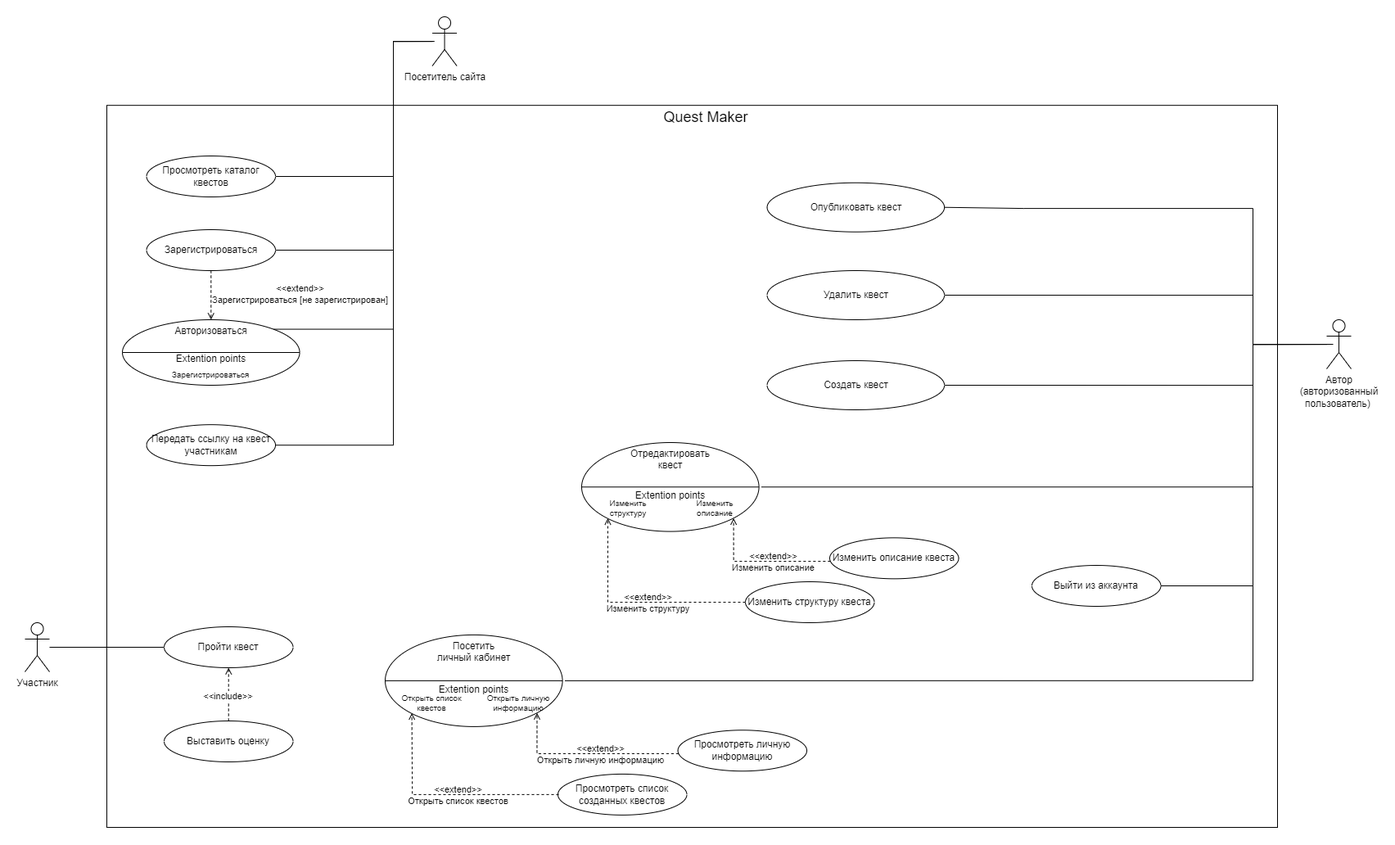
Quest-maker-team/Docs keeps this draw.io diagram as use-cases.png. Above is the earlier version. Source tidied: cells renumbered, new cells last; positions are measured from the earlier drawing's top-left corner, leaving out a move shared by most shapes.
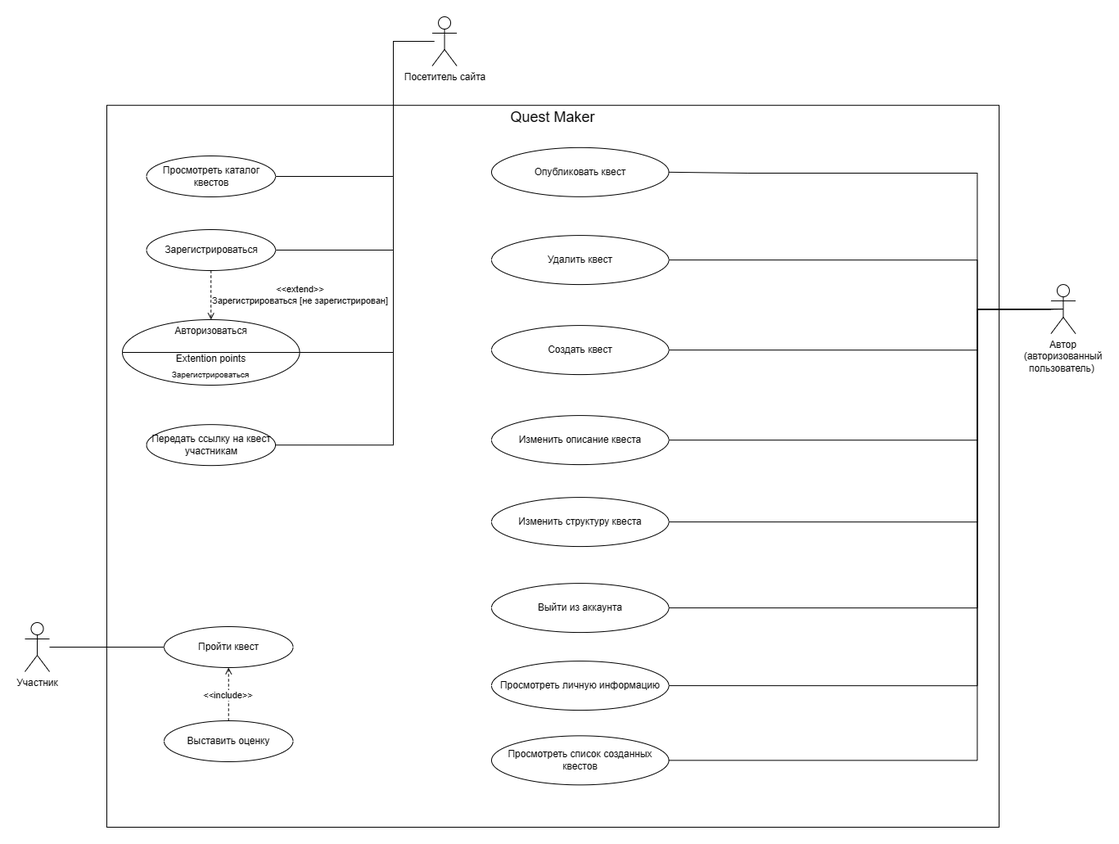
The same diagram one commit later.

The edit, as a diff of the source:
```diff
@@ -3,7 +3,7 @@
     <mxCell id="0" />
     <mxCell id="1" parent="0" />
     <mxCell id="2" style="rounded=0;whiteSpace=wrap;html=1;fontFamily=Helvetica;fontSize=11;fontColor=default;" parent="1" vertex="1">
-      <mxGeometry x="100" y="108.2" width="1430" height="881.8" as="geometry" />
+      <mxGeometry x="100" y="108.2" width="1090" height="881.8" as="geometry" />
     </mxCell>
     <mxCell id="3" style="edgeStyle=orthogonalEdgeStyle;rounded=0;jettySize=auto;html=1;entryX=0;entryY=0.5;entryDx=0;entryDy=0;endArrow=none;endFill=0;" parent="1" edge="1" source="4" target="55">
       <mxGeometry relative="1" as="geometry" />
@@ -14,52 +14,51 @@
     <mxCell id="5" style="edgeStyle=orthogonalEdgeStyle;shape=connector;rounded=0;jettySize=auto;html=1;labelBackgroundColor=default;strokeColor=default;align=center;verticalAlign=middle;fontFamily=Helvetica;fontSize=11;fontColor=default;endArrow=none;endFill=0;entryX=1;entryY=0.5;entryDx=0;entryDy=0;" parent="1" edge="1" source="10" target="62">
       <mxGeometry relative="1" as="geometry">
         <Array as="points">
-          <mxPoint x="1500" y="400" />
-          <mxPoint x="1500" y="450" />
+          <mxPoint x="1163.4" y="357.1" />
+          <mxPoint x="1163.4" y="407.1" />
         </Array>
       </mxGeometry>
     </mxCell>
     <mxCell id="6" style="edgeStyle=orthogonalEdgeStyle;shape=connector;rounded=0;orthogonalLoop=1;jettySize=auto;html=1;labelBackgroundColor=default;strokeColor=default;align=center;verticalAlign=middle;fontFamily=Helvetica;fontSize=11;fontColor=default;endArrow=none;endFill=0;entryX=1;entryY=0.5;entryDx=0;entryDy=0;" parent="1" edge="1">
       <mxGeometry relative="1" as="geometry">
-        <mxPoint x="1590" y="400" as="sourcePoint" />
-        <mxPoint x="1123.1" y="340" as="targetPoint" />
+        <mxPoint x="1253.4" y="357.1" as="sourcePoint" />
+        <mxPoint x="786.6" y="297.1" as="targetPoint" />
         <Array as="points">
-          <mxPoint x="1500" y="400" />
-          <mxPoint x="1500" y="340" />
+          <mxPoint x="1163.4" y="357.1" />
+          <mxPoint x="1163.4" y="297.1" />
         </Array>
       </mxGeometry>
     </mxCell>
-    <mxCell id="7" style="edgeStyle=orthogonalEdgeStyle;shape=connector;rounded=0;orthogonalLoop=1;jettySize=auto;html=1;entryX=1;entryY=0.5;entryDx=0;entryDy=0;labelBackgroundColor=default;strokeColor=default;align=center;verticalAlign=middle;fontFamily=Helvetica;fontSize=11;fontColor=default;endArrow=none;endFill=0;" parent="1" edge="1">
+    <mxCell id="7" style="edgeStyle=orthogonalEdgeStyle;shape=connector;rounded=0;jettySize=auto;html=1;entryX=1;entryY=0.5;entryDx=0;entryDy=0;labelBackgroundColor=default;strokeColor=default;align=center;verticalAlign=middle;fontFamily=Helvetica;fontSize=11;fontColor=default;endArrow=none;endFill=0;" parent="1" edge="1" target="31">
       <mxGeometry relative="1" as="geometry">
-        <mxPoint x="1593" y="400" as="sourcePoint" />
-        <mxPoint x="899.6" y="574.3" as="targetPoint" />
+        <mxPoint x="1256.4" y="357.1" as="sourcePoint" />
         <Array as="points">
-          <mxPoint x="1500" y="400" />
-          <mxPoint x="1500" y="574" />
+          <mxPoint x="1163.4" y="357.1" />
+          <mxPoint x="1163.4" y="517.1" />
         </Array>
       </mxGeometry>
     </mxCell>
     <mxCell id="8" style="edgeStyle=orthogonalEdgeStyle;rounded=0;jettySize=auto;html=1;entryX=1;entryY=0.5;entryDx=0;entryDy=0;endArrow=none;endFill=0;" parent="1" edge="1" target="51">
       <mxGeometry relative="1" as="geometry">
-        <mxPoint x="1598" y="400" as="sourcePoint" />
+        <mxPoint x="1261.4" y="357.1" as="sourcePoint" />
         <Array as="points">
-          <mxPoint x="1500" y="400" />
-          <mxPoint x="1500" y="234" />
-          <mxPoint x="1220" y="234" />
-          <mxPoint x="1123" y="233" />
+          <mxPoint x="1163.4" y="357.1" />
+          <mxPoint x="1163.4" y="191.1" />
+          <mxPoint x="883.4" y="191.1" />
+          <mxPoint x="786.4" y="190.1" />
         </Array>
       </mxGeometry>
     </mxCell>
-    <mxCell id="9" style="edgeStyle=orthogonalEdgeStyle;rounded=0;jettySize=auto;html=1;entryX=1;entryY=0.5;entryDx=0;entryDy=0;fontSize=12;startSize=8;endSize=8;endArrow=none;endFill=0;" parent="1" edge="1" source="10" target="60">
+    <mxCell id="9" style="edgeStyle=orthogonalEdgeStyle;rounded=0;jettySize=auto;html=1;entryX=1;entryY=0.5;entryDx=0;entryDy=0;fontSize=12;startSize=8;endSize=8;endArrow=none;endFill=0;" parent="1" edge="1" source="10" target="34">
       <mxGeometry relative="1" as="geometry">
         <Array as="points">
-          <mxPoint x="1500" y="400" />
-          <mxPoint x="1500" y="695" />
+          <mxPoint x="1163.4" y="357.1" />
+          <mxPoint x="1163.4" y="617.1" />
         </Array>
       </mxGeometry>
     </mxCell>
     <mxCell id="10" value="Автор&lt;br&gt;(авторизованный&lt;br&gt;пользователь)&amp;nbsp;" style="shape=umlActor;verticalLabelPosition=bottom;verticalAlign=top;html=1;outlineConnect=0;" parent="1" vertex="1">
-      <mxGeometry x="1590" y="370" width="30" height="60" as="geometry" />
+      <mxGeometry x="1253.4" y="327.1" width="30" height="60" as="geometry" />
     </mxCell>
     <mxCell id="11" style="edgeStyle=orthogonalEdgeStyle;rounded=0;jettySize=auto;html=1;endArrow=none;endFill=0;entryX=1;entryY=0.5;entryDx=0;entryDy=0;" parent="1" edge="1" target="54">
       <mxGeometry relative="1" as="geometry">
@@ -89,25 +88,6 @@
     <mxCell id="14" value="Посетитель сайта" style="shape=umlActor;verticalLabelPosition=bottom;verticalAlign=top;html=1;outlineConnect=0;" parent="1" vertex="1">
       <mxGeometry x="497.6" width="30" height="60" as="geometry" />
     </mxCell>
-    <mxCell id="15" value="Просмотреть список созданных квестов" style="ellipse;whiteSpace=wrap;html=1;" parent="1" vertex="1">
-      <mxGeometry x="651" y="924.9" width="157.5" height="50" as="geometry" />
-    </mxCell>
-    <mxCell id="16" style="edgeStyle=orthogonalEdgeStyle;rounded=0;orthogonalLoop=1;jettySize=auto;html=1;entryX=0;entryY=1;entryDx=0;entryDy=0;dashed=1;endArrow=open;endFill=0;" parent="1" edge="1">
-      <mxGeometry relative="1" as="geometry">
-        <mxPoint x="652" y="949.9" as="sourcePoint" />
-        <mxPoint x="472.6" y="850.4" as="targetPoint" />
-        <Array as="points">
-          <mxPoint x="473" y="950" />
-          <mxPoint x="473" y="940" />
-          <mxPoint x="473" y="940" />
-        </Array>
-      </mxGeometry>
-    </mxCell>
-    <mxCell id="17" value="&amp;lt;&amp;lt;extend&amp;gt;&amp;gt;&lt;br&gt;Открыть список квестов" style="edgeLabel;html=1;align=center;verticalAlign=middle;labelBackgroundColor=none;" parent="16" vertex="1">
-      <mxGeometry relative="1" as="geometry">
-        <mxPoint x="16" as="offset" />
-      </mxGeometry>
-    </mxCell>
     <mxCell id="18" style="edgeStyle=orthogonalEdgeStyle;rounded=0;jettySize=auto;html=1;entryX=0.5;entryY=0;entryDx=0;entryDy=0;endArrow=open;endFill=0;dashed=1;" parent="1" edge="1" source="20" target="27">
       <mxGeometry relative="1" as="geometry" />
     </mxCell>
@@ -122,21 +102,6 @@
     <mxCell id="21" value="Просмотреть каталог квестов" style="ellipse;whiteSpace=wrap;html=1;" parent="1" vertex="1">
       <mxGeometry x="148.5" y="170" width="157.5" height="50" as="geometry" />
     </mxCell>
-    <mxCell id="22" value="Просмотреть личную информацию" style="ellipse;whiteSpace=wrap;html=1;" parent="1" vertex="1">
-      <mxGeometry x="797.6" y="871.2" width="157.5" height="50" as="geometry" />
-    </mxCell>
-    <mxCell id="23" style="edgeStyle=orthogonalEdgeStyle;rounded=0;jettySize=auto;html=1;entryX=1;entryY=1;entryDx=0;entryDy=0;dashed=1;endArrow=open;endFill=0;" parent="1" edge="1" source="22" target="39">
-      <mxGeometry relative="1" as="geometry">
-        <Array as="points">
-          <mxPoint x="625" y="899.9" />
-        </Array>
-      </mxGeometry>
-    </mxCell>
-    <mxCell id="24" value="&amp;lt;&amp;lt;extend&amp;gt;&amp;gt;&lt;br&gt;Открыть личную информацию" style="edgeLabel;html=1;align=center;verticalAlign=middle;labelBackgroundColor=none;" parent="23" vertex="1">
-      <mxGeometry relative="1" as="geometry">
-        <mxPoint x="15" as="offset" />
-      </mxGeometry>
-    </mxCell>
     <mxCell id="25" style="group;" parent="1" vertex="1">
       <mxGeometry x="260" y="350" width="216.6" height="140" as="geometry" />
     </mxCell>
@@ -155,97 +120,24 @@
     <mxCell id="30" style="endArrow=none;html=1;rounded=0;exitX=0;exitY=0.5;exitDx=0;exitDy=0;entryX=1;entryY=0.5;entryDx=0;entryDy=0;" parent="26" edge="1" source="27" target="27">
       <mxGeometry relative="1" as="geometry" />
     </mxCell>
-    <mxCell id="31" value="Изменить описание квеста" style="ellipse;whiteSpace=wrap;html=1;" parent="1" vertex="1">
-      <mxGeometry x="983" y="636.3" width="157.5" height="50" as="geometry" />
-    </mxCell>
-    <mxCell id="32" style="edgeStyle=orthogonalEdgeStyle;rounded=0;jettySize=auto;html=1;entryX=1;entryY=1;entryDx=0;entryDy=0;dashed=1;endArrow=open;endFill=0;" parent="1" edge="1" source="31" target="46">
-      <mxGeometry relative="1" as="geometry">
-        <Array as="points">
-          <mxPoint x="865" y="665" />
-        </Array>
-      </mxGeometry>
-    </mxCell>
-    <mxCell id="33" value="&amp;lt;&amp;lt;extend&amp;gt;&amp;gt;&lt;br&gt;Изменить описание" style="edgeLabel;html=1;align=center;verticalAlign=middle;labelBackgroundColor=none;" parent="32" vertex="1">
-      <mxGeometry relative="1" as="geometry">
-        <mxPoint x="15" as="offset" />
-      </mxGeometry>
-    </mxCell>
-    <mxCell id="34" value="Изменить структуру квеста" style="ellipse;whiteSpace=wrap;html=1;" parent="1" vertex="1">
-      <mxGeometry x="880" y="690" width="157.5" height="50" as="geometry" />
-    </mxCell>
-    <mxCell id="35" style="edgeStyle=orthogonalEdgeStyle;rounded=0;jettySize=auto;html=1;entryX=0;entryY=1;entryDx=0;entryDy=0;dashed=1;endArrow=open;endFill=0;" parent="1" edge="1" source="34" target="46">
-      <mxGeometry relative="1" as="geometry">
-        <Array as="points">
-          <mxPoint x="712" y="715" />
-        </Array>
-      </mxGeometry>
-    </mxCell>
-    <mxCell id="36" value="&amp;lt;&amp;lt;extend&amp;gt;&amp;gt;&lt;br&gt;Изменить структуру" style="edgeLabel;html=1;align=center;verticalAlign=middle;labelBackgroundColor=none;" parent="35" vertex="1">
-      <mxGeometry relative="1" as="geometry">
-        <mxPoint x="16" as="offset" />
-      </mxGeometry>
-    </mxCell>
-    <mxCell id="37" style="group;" parent="1" vertex="1">
-      <mxGeometry x="440" y="774.9" width="216.6" height="120" as="geometry" />
-    </mxCell>
-    <mxCell id="38" style="group;" parent="37" vertex="1">
-      <mxGeometry y="-20" width="216.6" height="122.7" as="geometry" />
-    </mxCell>
-    <mxCell id="39" value="Посетить &lt;br&gt;личный кабинет" style="ellipse;whiteSpace=wrap;html=1;labelPosition=center;verticalLabelPosition=middle;align=center;verticalAlign=top;" parent="38" vertex="1">
-      <mxGeometry width="216.6" height="112" as="geometry" />
-    </mxCell>
-    <mxCell id="40" value="Открыть список квестов" style="text;html=1;strokeColor=none;fillColor=none;align=center;verticalAlign=middle;whiteSpace=wrap;rounded=0;fontSize=10;" parent="38" vertex="1">
-      <mxGeometry x="15.6" y="64" width="82.5" height="37.3" as="geometry" />
-    </mxCell>
-    <mxCell id="41" value="Открыть личную информацию" style="text;html=1;strokeColor=none;fillColor=none;align=center;verticalAlign=middle;whiteSpace=wrap;rounded=0;fontSize=10;" parent="38" vertex="1">
-      <mxGeometry x="121.9" y="64" width="82.5" height="37.3" as="geometry" />
-    </mxCell>
-    <mxCell id="42" value="Extention points" style="text;html=1;strokeColor=none;fillColor=none;align=center;verticalAlign=middle;whiteSpace=wrap;rounded=0;" parent="38" vertex="1">
-      <mxGeometry x="32" y="48" width="152.6" height="37.3" as="geometry" />
-    </mxCell>
-    <mxCell id="43" style="endArrow=none;html=1;rounded=0;exitX=0;exitY=0.5;exitDx=0;exitDy=0;entryX=1;entryY=0.5;entryDx=0;entryDy=0;" parent="38" edge="1" source="39" target="39">
-      <mxGeometry relative="1" as="geometry" />
-    </mxCell>
-    <mxCell id="44" style="group;" parent="1" vertex="1">
-      <mxGeometry x="680" y="520" width="216.6" height="116.3" as="geometry" />
-    </mxCell>
-    <mxCell id="45" style="group;" parent="44" vertex="1">
-      <mxGeometry width="216.6" height="108.6" as="geometry" />
-    </mxCell>
-    <mxCell id="46" value="Отредактировать &lt;br&gt;квест" style="ellipse;whiteSpace=wrap;html=1;labelPosition=center;verticalLabelPosition=middle;align=center;verticalAlign=top;" parent="45" vertex="1">
-      <mxGeometry width="216.6" height="108.6" as="geometry" />
-    </mxCell>
-    <mxCell id="47" value="Изменить структуру" style="text;html=1;strokeColor=none;fillColor=none;align=center;verticalAlign=middle;whiteSpace=wrap;rounded=0;fontSize=10;" parent="45" vertex="1">
-      <mxGeometry x="15.6" y="62" width="82.5" height="36.2" as="geometry" />
-    </mxCell>
-    <mxCell id="48" value="Изменить описание" style="text;html=1;strokeColor=none;fillColor=none;align=center;verticalAlign=middle;whiteSpace=wrap;rounded=0;fontSize=10;" parent="45" vertex="1">
-      <mxGeometry x="121.9" y="62" width="82.5" height="36.2" as="geometry" />
-    </mxCell>
-    <mxCell id="49" value="Extention points" style="text;html=1;strokeColor=none;fillColor=none;align=center;verticalAlign=middle;whiteSpace=wrap;rounded=0;" parent="45" vertex="1">
-      <mxGeometry x="32" y="46.5" width="152.6" height="36.2" as="geometry" />
-    </mxCell>
-    <mxCell id="50" style="endArrow=none;html=1;rounded=0;exitX=0;exitY=0.5;exitDx=0;exitDy=0;entryX=1;entryY=0.5;entryDx=0;entryDy=0;" parent="45" edge="1" source="46" target="46">
-      <mxGeometry relative="1" as="geometry" />
-    </mxCell>
     <mxCell id="51" value="Опубликовать квест" style="ellipse;whiteSpace=wrap;html=1;labelPosition=center;verticalLabelPosition=middle;align=center;verticalAlign=middle;" parent="1" vertex="1">
-      <mxGeometry x="906.6" y="202.7" width="216.6" height="60" as="geometry" />
+      <mxGeometry x="570" y="159.8" width="216.6" height="60" as="geometry" />
     </mxCell>
-    <mxCell id="52" style="edgeStyle=orthogonalEdgeStyle;shape=connector;rounded=0;orthogonalLoop=1;jettySize=auto;html=1;entryX=1;entryY=0.5;entryDx=0;entryDy=0;labelBackgroundColor=default;strokeColor=default;align=center;verticalAlign=middle;fontFamily=Helvetica;fontSize=11;fontColor=default;endArrow=none;endFill=0;" parent="1" edge="1">
+    <mxCell id="52" style="edgeStyle=orthogonalEdgeStyle;shape=connector;rounded=0;jettySize=auto;html=1;entryX=1;entryY=0.5;entryDx=0;entryDy=0;labelBackgroundColor=default;strokeColor=default;align=center;verticalAlign=middle;fontFamily=Helvetica;fontSize=11;fontColor=default;endArrow=none;endFill=0;" parent="1" edge="1" target="22">
       <mxGeometry relative="1" as="geometry">
-        <mxPoint x="1593" y="400" as="sourcePoint" />
-        <mxPoint x="659.6" y="810.9" as="targetPoint" />
+        <mxPoint x="1256.4" y="357.1" as="sourcePoint" />
         <Array as="points">
-          <mxPoint x="1500" y="400" />
-          <mxPoint x="1500" y="811" />
+          <mxPoint x="1163.4" y="357.1" />
+          <mxPoint x="1163.4" y="817.1" />
         </Array>
       </mxGeometry>
     </mxCell>
-    <mxCell id="53" style="edgeStyle=orthogonalEdgeStyle;rounded=0;jettySize=auto;html=1;entryX=1;entryY=0;entryDx=0;entryDy=0;endArrow=none;endFill=0;" parent="1" edge="1" target="27">
+    <mxCell id="53" style="edgeStyle=orthogonalEdgeStyle;rounded=0;jettySize=auto;html=1;entryX=1;entryY=0.5;entryDx=0;entryDy=0;endArrow=none;endFill=0;" parent="1" edge="1" target="27">
       <mxGeometry relative="1" as="geometry">
         <mxPoint x="500" y="30" as="sourcePoint" />
         <Array as="points">
           <mxPoint x="450" y="30" />
-          <mxPoint x="450" y="382" />
+          <mxPoint x="450" y="410" />
         </Array>
       </mxGeometry>
     </mxCell>
@@ -265,16 +157,44 @@
       <mxGeometry x="170" y="860" width="157.5" height="50" as="geometry" />
     </mxCell>
     <mxCell id="59" value="Quest Maker" style="text;html=1;strokeColor=none;fillColor=none;align=center;verticalAlign=middle;whiteSpace=wrap;rounded=0;fontSize=18;" parent="1" vertex="1">
-      <mxGeometry x="766.6" y="108.2" width="130" height="30" as="geometry" />
+      <mxGeometry x="580" y="108.2" width="130" height="30" as="geometry" />
     </mxCell>
-    <mxCell id="60" value="Выйти из аккаунта" style="ellipse;whiteSpace=wrap;html=1;" parent="1" vertex="1">
-      <mxGeometry x="1230" y="670" width="157.5" height="50" as="geometry" />
-    </mxCell>
     <mxCell id="61" value="Удалить квест" style="ellipse;whiteSpace=wrap;html=1;labelPosition=center;verticalLabelPosition=middle;align=center;verticalAlign=middle;" parent="1" vertex="1">
-      <mxGeometry x="906.6" y="310" width="216.6" height="60" as="geometry" />
+      <mxGeometry x="570" y="267.1" width="216.6" height="60" as="geometry" />
     </mxCell>
     <mxCell id="62" value="Создать квест" style="ellipse;whiteSpace=wrap;html=1;labelPosition=center;verticalLabelPosition=middle;align=center;verticalAlign=middle;" parent="1" vertex="1">
-      <mxGeometry x="906.6" y="420" width="216.6" height="60" as="geometry" />
+      <mxGeometry x="570" y="377.1" width="216.6" height="60" as="geometry" />
     </mxCell>
+    <mxCell id="31" value="Изменить описание квеста" style="ellipse;whiteSpace=wrap;html=1;labelPosition=center;verticalLabelPosition=middle;align=center;verticalAlign=middle;" parent="1" vertex="1">
+      <mxGeometry x="570" y="487.1" width="216.6" height="60" as="geometry" />
+    </mxCell>
+    <mxCell id="34" value="Изменить структуру квеста" style="ellipse;whiteSpace=wrap;html=1;labelPosition=center;verticalLabelPosition=middle;align=center;verticalAlign=middle;" parent="1" vertex="1">
+      <mxGeometry x="570" y="587.1" width="216.6" height="60" as="geometry" />
+    </mxCell>
+    <mxCell id="60" value="Выйти из аккаунта" style="ellipse;whiteSpace=wrap;html=1;labelPosition=center;verticalLabelPosition=middle;align=center;verticalAlign=middle;" parent="1" vertex="1">
+      <mxGeometry x="570" y="692.1" width="216.6" height="60" as="geometry" />
+    </mxCell>
+    <mxCell id="63" style="edgeStyle=orthogonalEdgeStyle;rounded=0;jettySize=auto;html=1;exitX=1;exitY=0.5;exitDx=0;exitDy=0;entryX=0.5;entryY=0.5;entryDx=0;entryDy=0;entryPerimeter=0;endArrow=none;endFill=0;" parent="1" edge="1" source="60" target="10">
+      <mxGeometry relative="1" as="geometry">
+        <Array as="points">
+          <mxPoint x="1163.4" y="722.1" />
+          <mxPoint x="1163.4" y="357.1" />
+        </Array>
+      </mxGeometry>
+    </mxCell>
+    <mxCell id="22" value="Просмотреть личную информацию" style="ellipse;whiteSpace=wrap;html=1;labelPosition=center;verticalLabelPosition=middle;align=center;verticalAlign=middle;" parent="1" vertex="1">
+      <mxGeometry x="570" y="787.1" width="216.6" height="60" as="geometry" />
+    </mxCell>
+    <mxCell id="15" value="Просмотреть список созданных квестов" style="ellipse;whiteSpace=wrap;html=1;labelPosition=center;verticalLabelPosition=middle;align=center;verticalAlign=middle;" parent="1" vertex="1">
+      <mxGeometry x="570" y="878.3" width="216.6" height="60" as="geometry" />
+    </mxCell>
+    <mxCell id="64" style="edgeStyle=orthogonalEdgeStyle;rounded=0;jettySize=auto;html=1;exitX=1;exitY=0.5;exitDx=0;exitDy=0;entryX=0.5;entryY=0.5;entryDx=0;entryDy=0;entryPerimeter=0;endArrow=none;endFill=0;" parent="1" edge="1" source="15" target="10">
+      <mxGeometry relative="1" as="geometry">
+        <Array as="points">
+          <mxPoint x="1163.4" y="908.1" />
+          <mxPoint x="1163.4" y="357.1" />
+        </Array>
+      </mxGeometry>
+    </mxCell>
   </root>
 </mxGraphModel>
```
